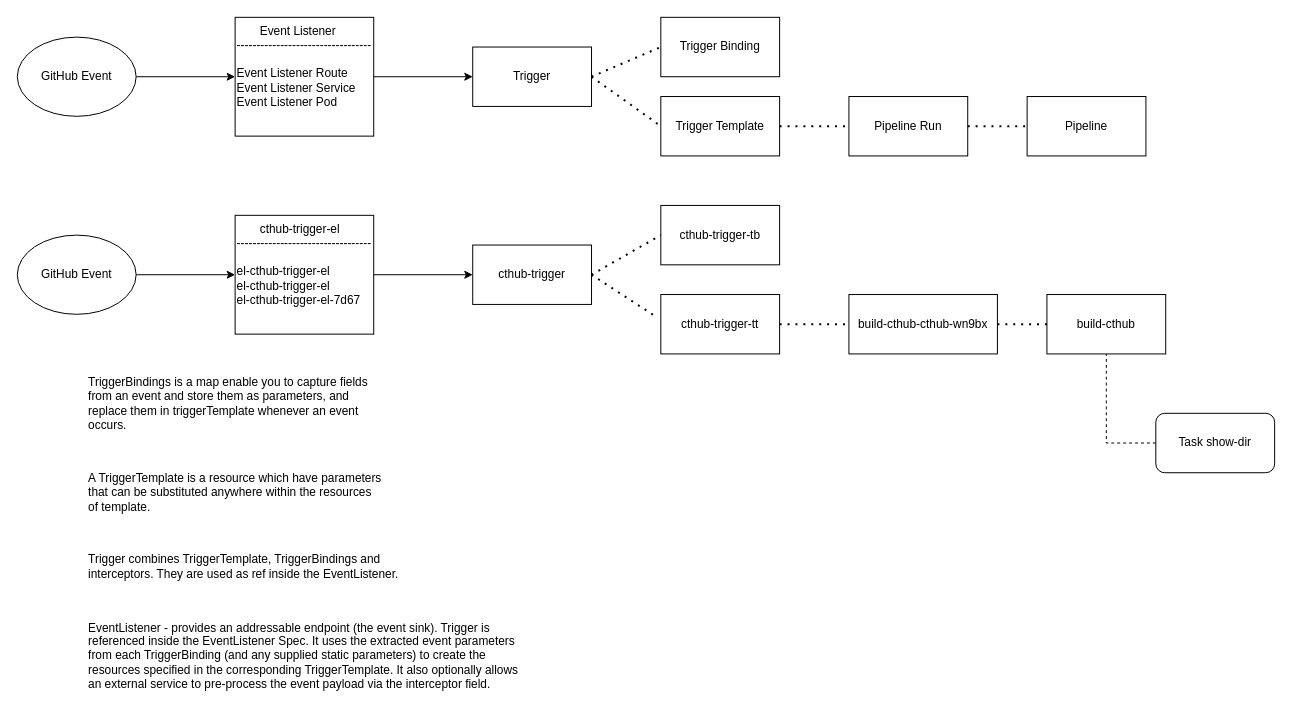
This is Tekton-trigger.drawio from bcgov/cthub, a draw.io file, before an edit. Source tidied: cells renumbered, new cells numbered last; positions are measured from the earlier drawing's top-left corner, leaving out a move shared by most shapes. Both pictures are drawn from the tidied source at 99%, with x=0, y=0 at pixel (17, 17).
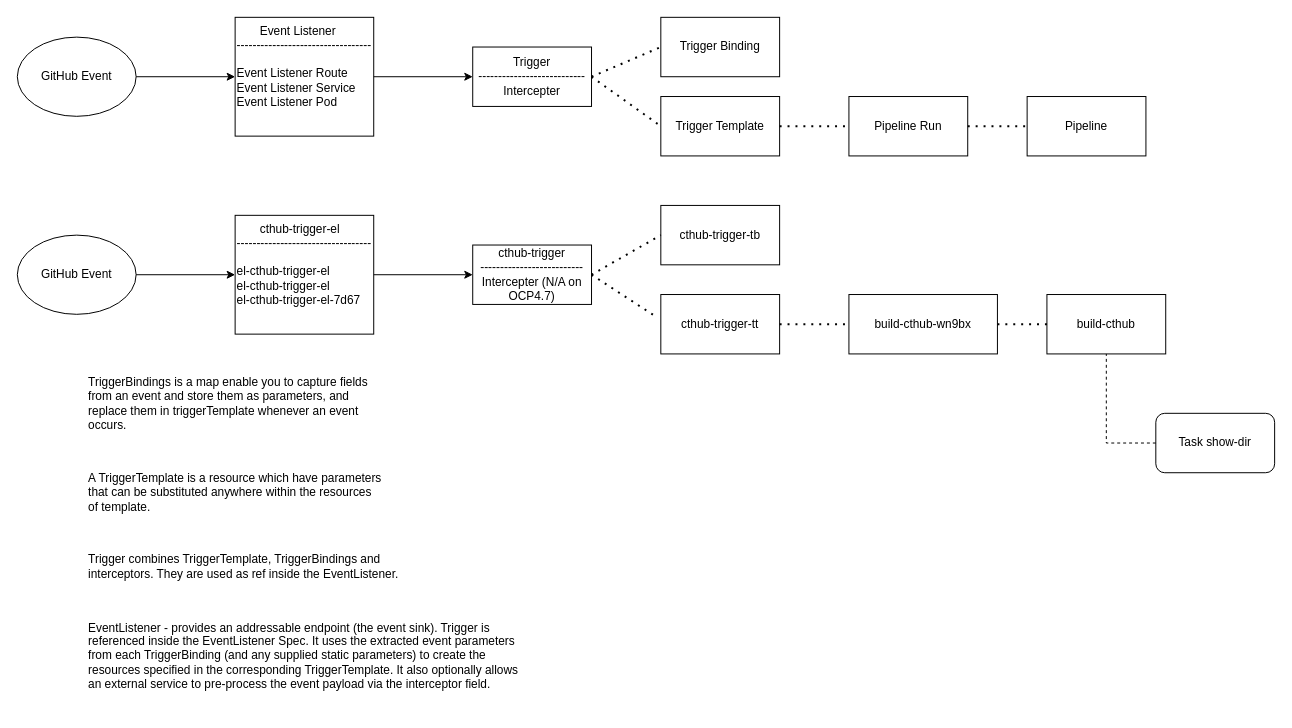
Above is the later version.

What changed in the source:
```diff
@@
-    <mxCell id="9" value="Trigger" style="rounded=0;whiteSpace=wrap;html=1;" parent="1" vertex="1">
+    <mxCell id="9" value="Trigger&lt;br&gt;---------------------------&lt;br&gt;Intercepter" style="rounded=0;whiteSpace=wrap;html=1;" parent="1" vertex="1">
       <mxGeometry x="460" y="30" width="120" height="60" as="geometry" />
     </mxCell>
@@
-    <mxCell id="21" value="cthub-trigger" style="rounded=0;whiteSpace=wrap;html=1;" parent="1" vertex="1">
+    <mxCell id="21" value="cthub-trigger&lt;br&gt;--------------------------&lt;br&gt;Intercepter (N/A on OCP4.7)" style="rounded=0;whiteSpace=wrap;html=1;" parent="1" vertex="1">
       <mxGeometry x="460" y="230" width="120" height="60" as="geometry" />
     </mxCell>
@@
-    <mxCell id="24" value="build-cthub-cthub-wn9bx" style="rounded=0;whiteSpace=wrap;html=1;" parent="1" vertex="1">
+    <mxCell id="24" value="build-cthub-wn9bx" style="rounded=0;whiteSpace=wrap;html=1;" parent="1" vertex="1">
       <mxGeometry x="840" y="280" width="150" height="60" as="geometry" />
     </mxCell>
```
